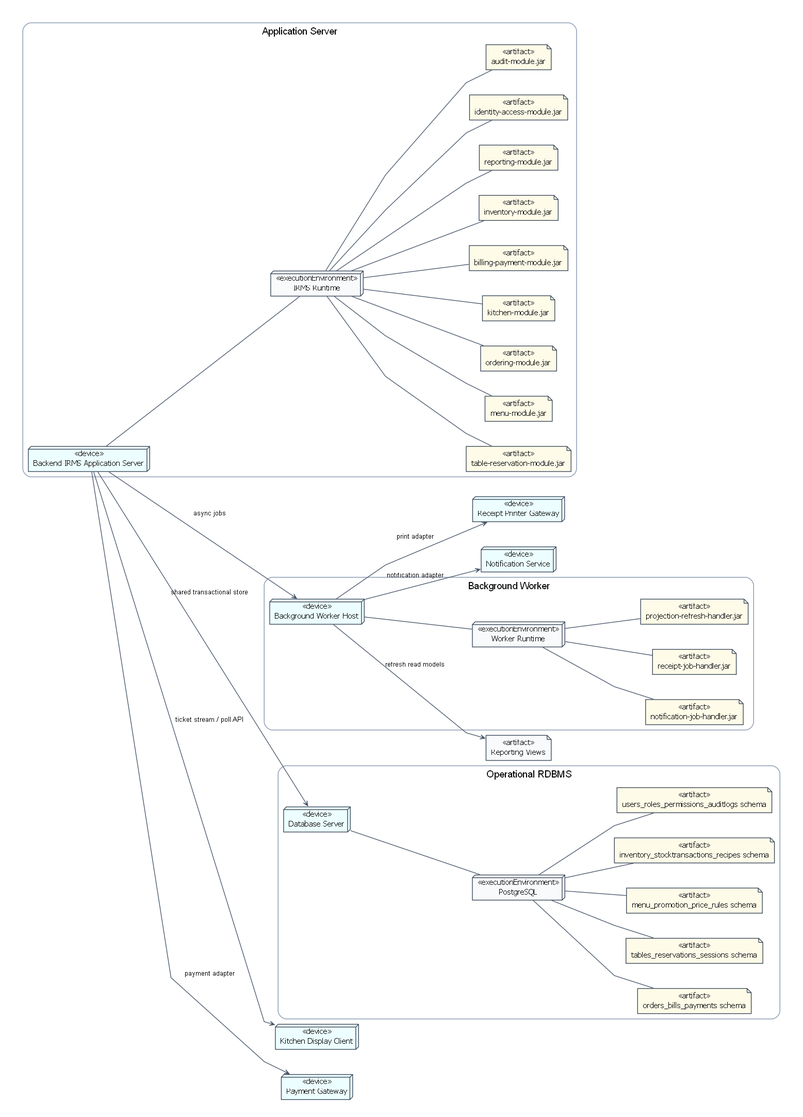
Before: assets/diagrams/rendered/architecture/17_deployment_diagram_data_and_execution_mapping.png, a diagram exported from Graphviz (lehoangluan1/SA_IRMS). Its source is kept beside it as assets/diagrams/source/architecture/17_deployment_diagram_data_and_execution_mapping.dot.
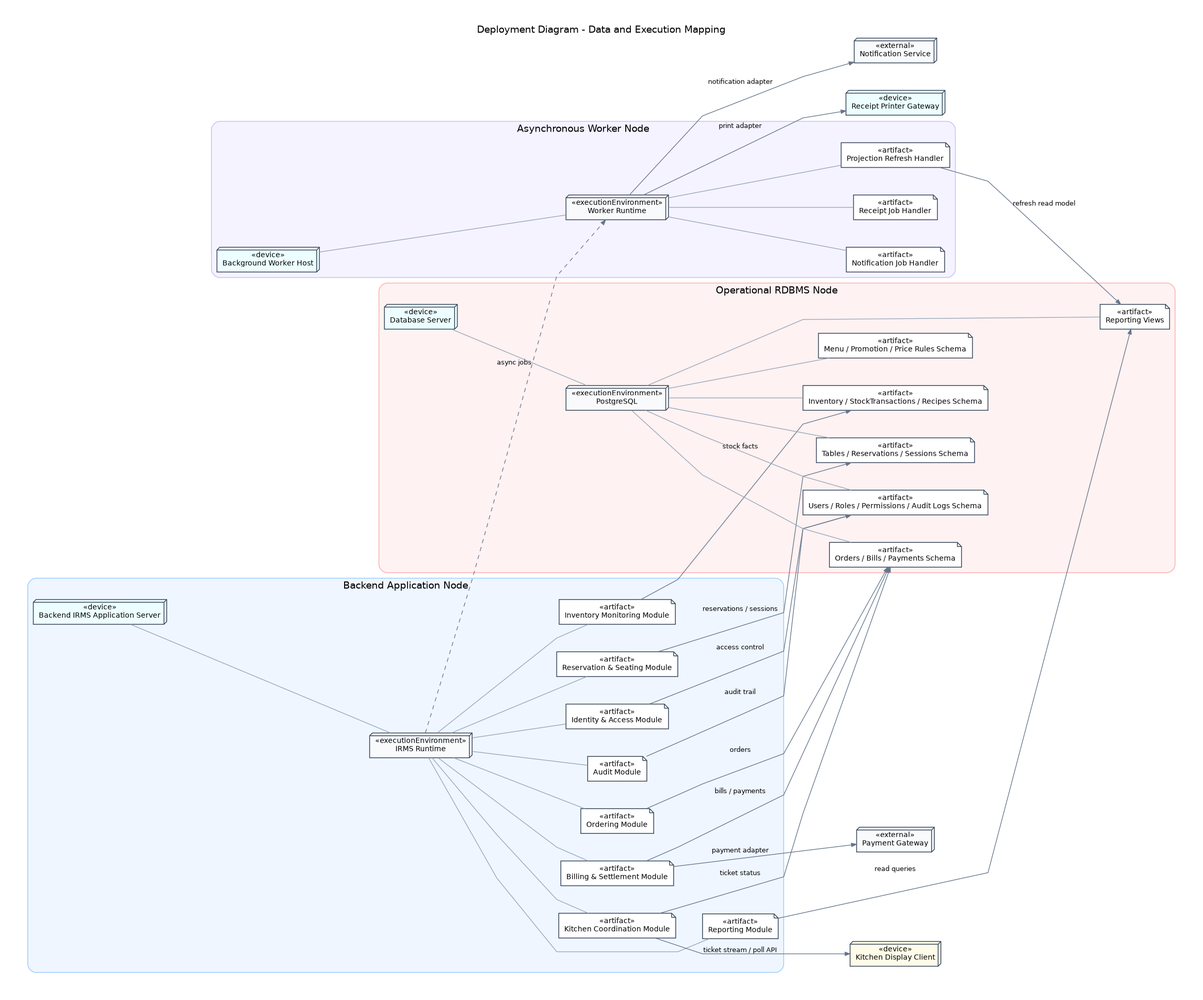
Above is the later version.

Change to the diagram source:
```diff
@@ -1,102 +1,137 @@
 digraph G {
-  rankdir=LR;
+  graph [
+    rankdir=LR,
+    compound=true,
+    newrank=true,
+    bgcolor="white",
+    pad=0.45,
+    nodesep=0.55,
+    ranksep=1.0,
+    splines=polyline,
+    fontname="DejaVu Sans",
+    labelloc="t",
+    label="Deployment Diagram - Data and Execution Mapping"
+  ];
 
-  graph [bgcolor="white", pad=0.35, nodesep=0.5, ranksep=0.85, splines=polyline, fontname="Arial"];
-  node [fontname="Arial", fontsize=11, color="#334155"];
-  edge [fontname="Arial", fontsize=10, color="#475569", arrowsize=0.7];
+  node [fontname="DejaVu Sans", fontsize=10.5, color="#334155", penwidth=1.1, style="filled"];
+  edge [fontname="DejaVu Sans", fontsize=9.4, color="#64748B", penwidth=1.0, arrowsize=0.72];
 
-  node [fontname="DejaVu Sans", fontsize=11, color="#334155"];
   subgraph cluster_appserver {
-    label="Application Server"; labelloc=t; fontsize=14; style="rounded"; color="#94A3B8"; penwidth=1.2;
-    "APP" [label="«device»
-Backend IRMS Application Server", shape=box3d, style="filled", fillcolor="#ECFEFF"];
-    "App_Runtime" [label="«executionEnvironment»
-IRMS Runtime", shape=box3d, style="filled", fillcolor="#F8FAFC"];
-    "TableReservation_Module" [label="«artifact»
-table-reservation-module.jar", shape=note, style="filled", fillcolor="#FEFCE8"];
-    "Menu_Module" [label="«artifact»
-menu-module.jar", shape=note, style="filled", fillcolor="#FEFCE8"];
-    "Ordering_Module" [label="«artifact»
-ordering-module.jar", shape=note, style="filled", fillcolor="#FEFCE8"];
-    "Kitchen_Module" [label="«artifact»
-kitchen-module.jar", shape=note, style="filled", fillcolor="#FEFCE8"];
-    "BillingPayment_Module" [label="«artifact»
-billing-payment-module.jar", shape=note, style="filled", fillcolor="#FEFCE8"];
-    "Inventory_Module" [label="«artifact»
-inventory-module.jar", shape=note, style="filled", fillcolor="#FEFCE8"];
-    "Reporting_Module" [label="«artifact»
-reporting-module.jar", shape=note, style="filled", fillcolor="#FEFCE8"];
-    "IdentityAccess_Module" [label="«artifact»
-identity-access-module.jar", shape=note, style="filled", fillcolor="#FEFCE8"];
-    "Audit_Module" [label="«artifact»
-audit-module.jar", shape=note, style="filled", fillcolor="#FEFCE8"];
-    "APP" -> "App_Runtime" [arrowhead=none];
-    "App_Runtime" -> "TableReservation_Module" [arrowhead=none];
-    "App_Runtime" -> "Menu_Module" [arrowhead=none];
-    "App_Runtime" -> "Ordering_Module" [arrowhead=none];
-    "App_Runtime" -> "Kitchen_Module" [arrowhead=none];
-    "App_Runtime" -> "BillingPayment_Module" [arrowhead=none];
-    "App_Runtime" -> "Inventory_Module" [arrowhead=none];
-    "App_Runtime" -> "Reporting_Module" [arrowhead=none];
-    "App_Runtime" -> "IdentityAccess_Module" [arrowhead=none];
-    "App_Runtime" -> "Audit_Module" [arrowhead=none];
+    label="Backend Application Node";
+    color="#93C5FD";
+    style="rounded,filled";
+    fillcolor="#EFF6FF";
+    apphost [shape=box3d, fillcolor="#ECFEFF", label="«device»
+Backend IRMS Application Server"];
+    apprt [shape=box3d, fillcolor="#F8FAFC", label="«executionEnvironment»
+IRMS Runtime"];
+
+    reservation [shape=note, fillcolor="#FFFFFF", label="«artifact»
+Reservation & Seating Module"];
+    ordering    [shape=note, fillcolor="#FFFFFF", label="«artifact»
+Ordering Module"];
+    kitchen     [shape=note, fillcolor="#FFFFFF", label="«artifact»
+Kitchen Coordination Module"];
+    billing     [shape=note, fillcolor="#FFFFFF", label="«artifact»
+Billing & Settlement Module"];
+    inventory   [shape=note, fillcolor="#FFFFFF", label="«artifact»
+Inventory Monitoring Module"];
+    reporting   [shape=note, fillcolor="#FFFFFF", label="«artifact»
+Reporting Module"];
+    iam         [shape=note, fillcolor="#FFFFFF", label="«artifact»
+Identity & Access Module"];
+    audit       [shape=note, fillcolor="#FFFFFF", label="«artifact»
+Audit Module"];
+
+    apphost -> apprt [arrowhead=none, color="#94A3B8"];
+    apprt -> reservation [arrowhead=none, color="#94A3B8"];
+    apprt -> ordering    [arrowhead=none, color="#94A3B8"];
+    apprt -> kitchen     [arrowhead=none, color="#94A3B8"];
+    apprt -> billing     [arrowhead=none, color="#94A3B8"];
+    apprt -> inventory   [arrowhead=none, color="#94A3B8"];
+    apprt -> reporting   [arrowhead=none, color="#94A3B8"];
+    apprt -> iam         [arrowhead=none, color="#94A3B8"];
+    apprt -> audit       [arrowhead=none, color="#94A3B8"];
   }
+
   subgraph cluster_worker {
-    label="Background Worker"; labelloc=t; fontsize=14; style="rounded"; color="#94A3B8"; penwidth=1.2;
-    "WORKER" [label="«device»
-Background Worker Host", shape=box3d, style="filled", fillcolor="#ECFEFF"];
-    "Worker_Runtime" [label="«executionEnvironment»
-Worker Runtime", shape=box3d, style="filled", fillcolor="#F8FAFC"];
-    "Notification_Job_Handler" [label="«artifact»
-notification-job-handler.jar", shape=note, style="filled", fillcolor="#FEFCE8"];
-    "Receipt_Job_Handler" [label="«artifact»
-receipt-job-handler.jar", shape=note, style="filled", fillcolor="#FEFCE8"];
-    "Projection_Refresh_Handler" [label="«artifact»
-projection-refresh-handler.jar", shape=note, style="filled", fillcolor="#FEFCE8"];
-    "WORKER" -> "Worker_Runtime" [arrowhead=none];
-    "Worker_Runtime" -> "Notification_Job_Handler" [arrowhead=none];
-    "Worker_Runtime" -> "Receipt_Job_Handler" [arrowhead=none];
-    "Worker_Runtime" -> "Projection_Refresh_Handler" [arrowhead=none];
+    label="Asynchronous Worker Node";
+    color="#C4B5FD";
+    style="rounded,filled";
+    fillcolor="#F5F3FF";
+    workerh [shape=box3d, fillcolor="#ECFEFF", label="«device»
+Background Worker Host"];
+    workrt [shape=box3d, fillcolor="#F8FAFC", label="«executionEnvironment»
+Worker Runtime"];
+    notifyj [shape=note, fillcolor="#FFFFFF", label="«artifact»
+Notification Job Handler"];
+    receiptj[shape=note, fillcolor="#FFFFFF", label="«artifact»
+Receipt Job Handler"];
+    projj   [shape=note, fillcolor="#FFFFFF", label="«artifact»
+Projection Refresh Handler"];
+    workerh -> workrt [arrowhead=none, color="#94A3B8"];
+    workrt -> notifyj [arrowhead=none, color="#94A3B8"];
+    workrt -> receiptj[arrowhead=none, color="#94A3B8"];
+    workrt -> projj   [arrowhead=none, color="#94A3B8"];
   }
+
   subgraph cluster_db {
-    label="Operational RDBMS"; labelloc=t; fontsize=14; style="rounded"; color="#94A3B8"; penwidth=1.2;
-    "ODB" [label="«device»
-Database Server", shape=box3d, style="filled", fillcolor="#ECFEFF"];
-    "PGSQL" [label="«executionEnvironment»
-PostgreSQL", shape=box3d, style="filled", fillcolor="#F8FAFC"];
-    "Orders_Bills_Payments" [label="«artifact»
-orders_bills_payments schema", shape=note, style="filled", fillcolor="#FEFCE8"];
-    "Tables_Reservations_Sessions" [label="«artifact»
-tables_reservations_sessions schema", shape=note, style="filled", fillcolor="#FEFCE8"];
-    "Menu_Promotion_Price_Rules" [label="«artifact»
-menu_promotion_price_rules schema", shape=note, style="filled", fillcolor="#FEFCE8"];
-    "Inventory_StockTransactions_Recipes" [label="«artifact»
-inventory_stocktransactions_recipes schema", shape=note, style="filled", fillcolor="#FEFCE8"];
-    "Users_Roles_Permissions_AuditLogs" [label="«artifact»
-users_roles_permissions_auditlogs schema", shape=note, style="filled", fillcolor="#FEFCE8"];
-    "ODB" -> "PGSQL" [arrowhead=none];
-    "PGSQL" -> "Orders_Bills_Payments" [arrowhead=none];
-    "PGSQL" -> "Tables_Reservations_Sessions" [arrowhead=none];
-    "PGSQL" -> "Menu_Promotion_Price_Rules" [arrowhead=none];
-    "PGSQL" -> "Inventory_StockTransactions_Recipes" [arrowhead=none];
-    "PGSQL" -> "Users_Roles_Permissions_AuditLogs" [arrowhead=none];
+    label="Operational RDBMS Node";
+    color="#FCA5A5";
+    style="rounded,filled";
+    fillcolor="#FEF2F2";
+    dbhost [shape=box3d, fillcolor="#ECFEFF", label="«device»
+Database Server"];
+    pg [shape=box3d, fillcolor="#F8FAFC", label="«executionEnvironment»
+PostgreSQL"];
+
+    schema_orders [shape=note, fillcolor="#FFFFFF", label="«artifact»
+Orders / Bills / Payments Schema"];
+    schema_tables [shape=note, fillcolor="#FFFFFF", label="«artifact»
+Tables / Reservations / Sessions Schema"];
+    schema_menu   [shape=note, fillcolor="#FFFFFF", label="«artifact»
+Menu / Promotion / Price Rules Schema"];
+    schema_stock  [shape=note, fillcolor="#FFFFFF", label="«artifact»
+Inventory / StockTransactions / Recipes Schema"];
+    schema_iam    [shape=note, fillcolor="#FFFFFF", label="«artifact»
+Users / Roles / Permissions / Audit Logs Schema"];
+    rv            [shape=note, fillcolor="#FFFFFF", label="«artifact»
+Reporting Views"];
+
+    dbhost -> pg [arrowhead=none, color="#94A3B8"];
+    pg -> schema_orders [arrowhead=none, color="#94A3B8"];
+    pg -> schema_tables [arrowhead=none, color="#94A3B8"];
+    pg -> schema_menu   [arrowhead=none, color="#94A3B8"];
+    pg -> schema_stock  [arrowhead=none, color="#94A3B8"];
+    pg -> schema_iam    [arrowhead=none, color="#94A3B8"];
+    pg -> rv            [arrowhead=none, color="#94A3B8"];
   }
-  "RV" [label="«artifact»
-Reporting Views", shape=note, style="filled", fillcolor="#F8FAFC"];
-  "KDS" [label="«device»
-Kitchen Display Client", shape=box3d, style="filled", fillcolor="#ECFEFF"];
-  "RP" [label="«device»
-Receipt Printer Gateway", shape=box3d, style="filled", fillcolor="#ECFEFF"];
-  "PG" [label="«device»
-Payment Gateway", shape=box3d, style="filled", fillcolor="#ECFEFF"];
-  "NS" [label="«device»
-Notification Service", shape=box3d, style="filled", fillcolor="#ECFEFF"];
-  edge [arrowhead=open];
-  "APP" -> "ODB" [label="shared transactional store"];
-  "APP" -> "WORKER" [label="async jobs"];
-  "WORKER" -> "RV" [label="refresh read models"];
-  "APP" -> "KDS" [label="ticket stream / poll API"];
-  "APP" -> "PG" [label="payment adapter"];
-  "WORKER" -> "NS" [label="notification adapter"];
-  "WORKER" -> "RP" [label="print adapter"];
+
+  kds [shape=box3d, fillcolor="#FEFCE8", label="«device»
+Kitchen Display Client"];
+  printer [shape=box3d, fillcolor="#ECFEFF", label="«device»
+Receipt Printer Gateway"];
+  payment [shape=box3d, fillcolor="#F8FAFC", label="«external»
+Payment Gateway"];
+  notify [shape=box3d, fillcolor="#F8FAFC", label="«external»
+Notification Service"];
+
+  reservation -> schema_tables [label="reservations / sessions"];
+  ordering    -> schema_orders [label="orders"];
+  kitchen     -> schema_orders [label="ticket status"];
+  billing     -> schema_orders [label="bills / payments"];
+  inventory   -> schema_stock  [label="stock facts"];
+  reporting   -> rv            [label="read queries"];
+  iam         -> schema_iam    [label="access control"];
+  audit       -> schema_iam    [label="audit trail"];
+
+  apprt -> workrt [style=dashed, label="async jobs"];
+  projj -> rv [label="refresh read model"];
+  workrt -> notify [label="notification adapter"];
+  workrt -> printer [label="print adapter"];
+  billing -> payment [label="payment adapter"];
+  kitchen -> kds [label="ticket stream / poll API"];
+
+  apphost -> workerh [style=invis, weight=8];
+  workerh -> dbhost [style=invis, weight=8];
 }
```
